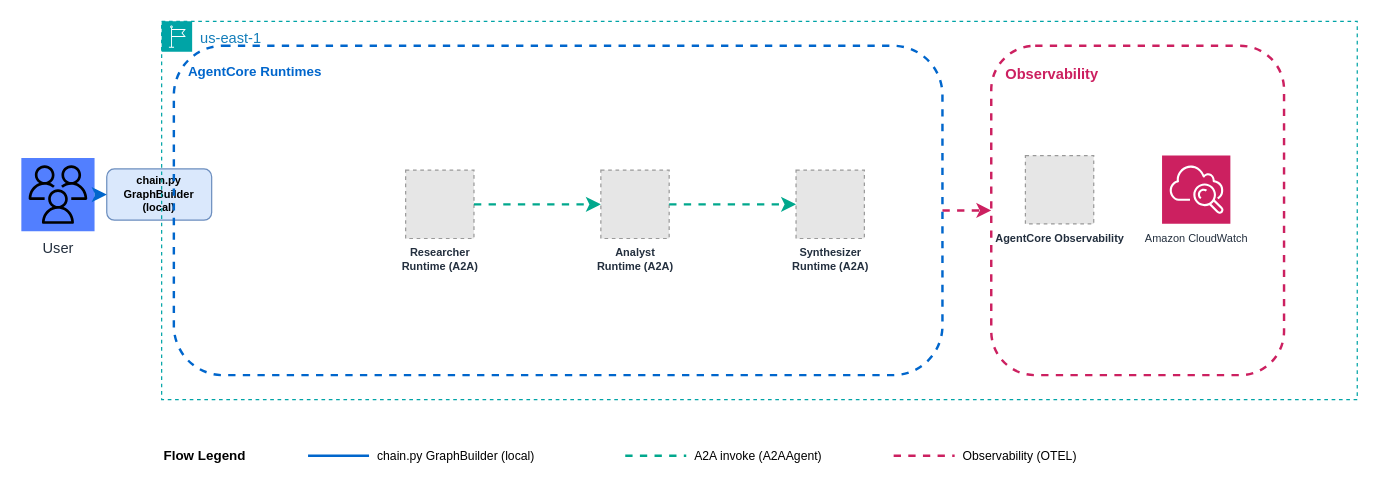
Above: samples/03-sequential-chain/production/architecture.drawio in aws-samples/sample-multi-agent-systems-with-strands-workshop (draw.io), before the change. Source tidied: cells renumbered, new cells numbered last; positions are measured from the earlier drawing's top-left corner, leaving out a move shared by most shapes. Both pictures are drawn from the tidied source at 122%, with x=0, y=0 at pixel (21, 21). Pictures stored in the file or linked from it are replaced by grey dashed boxes.
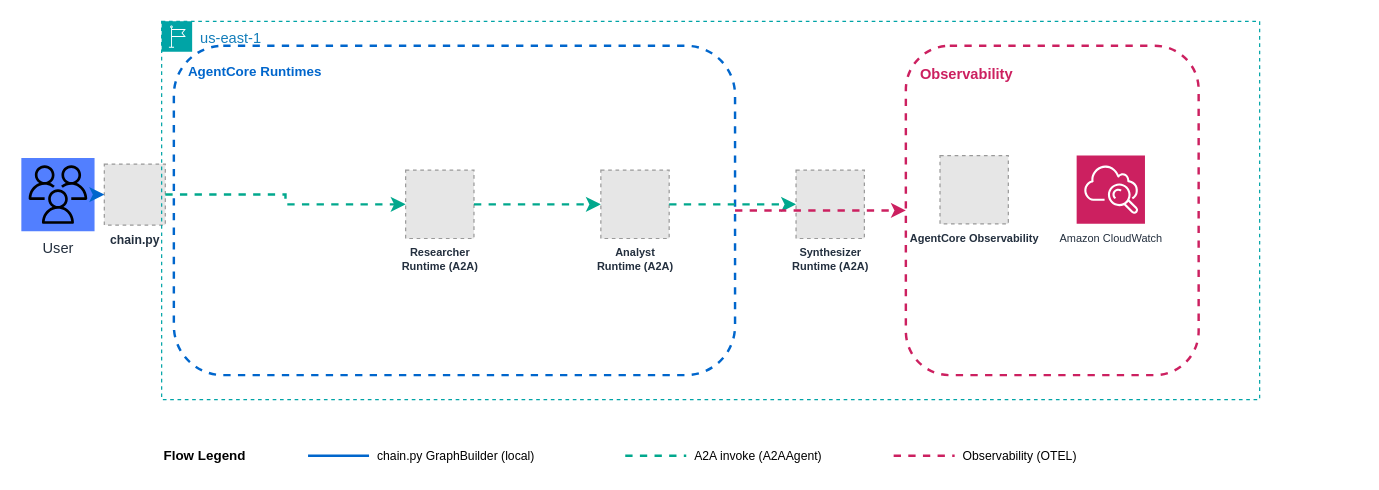
Above is the later version.

Commit message (it also covers changes not shown here):
Production architecture diagrams: Python logo for chain.py, fix arrow routing, compact layouts

Unchanged cells that the change refers to:
```xml
<mxCell id="6" value="Researcher&lt;div&gt;Runtime (A2A)&lt;/div&gt;" style="fillColor=#E6E6E6;strokeColor=#999999;dashed=1;html=1;verticalLabelPosition=bottom;labelBackgroundColor=none;verticalAlign=top;fontSize=9;fontStyle=1;fontColor=#232F3E;" parent="4" vertex="1">
  <mxGeometry x="200" y="122" width="56" height="56" as="geometry" />
</mxCell>
```

Diff of the diagram source:
```diff
@@
-    <mxCell id="2" value="chain.py&lt;div&gt;GraphBuilder (local)&lt;/div&gt;" style="rounded=1;whiteSpace=wrap;html=1;fillColor=#dae8fc;strokeColor=#6c8ebf;fontSize=9;fontStyle=1;verticalAlign=middle;" parent="1" vertex="1">
-      <mxGeometry x="70" y="121" width="86" height="42" as="geometry" />
+    <mxCell id="2" value="chain.py" style="fillColor=#E6E6E6;strokeColor=#999999;dashed=1;html=1;verticalLabelPosition=bottom;labelBackgroundColor=none;verticalAlign=top;align=center;fontSize=10;fontStyle=1;fontColor=#232F3E;" parent="1" vertex="1">
+      <mxGeometry x="68" y="117" width="50" height="50" as="geometry" />
     </mxCell>
@@
     <mxCell id="4" value="us-east-1" style="gradientColor=none;html=1;whiteSpace=wrap;fontSize=12;fontStyle=0;shape=mxgraph.aws4.group;grIcon=mxgraph.aws4.group_region;strokeColor=#00A4A6;fillColor=none;verticalAlign=top;align=left;spacingLeft=30;fontColor=#147EBA;dashed=1;" parent="1" vertex="1">
-      <mxGeometry x="115" width="980" height="310" as="geometry" />
+      <mxGeometry x="115" width="900" height="310" as="geometry" />
     </mxCell>
     <mxCell id="5" value="AgentCore Runtimes" style="rounded=1;whiteSpace=wrap;html=1;fillColor=none;strokeColor=#0066CC;strokeWidth=2;dashed=1;fontSize=11;fontStyle=1;fontColor=#0066CC;verticalAlign=top;align=left;spacingLeft=10;spacingTop=8;" parent="4" vertex="1">
-      <mxGeometry x="10" y="20" width="630" height="270" as="geometry" />
+      <mxGeometry x="10" y="20" width="460" height="270" as="geometry" />
     </mxCell>
@@
     <mxCell id="9" value="Observability" style="rounded=1;whiteSpace=wrap;html=1;fillColor=none;strokeColor=#CC2060;strokeWidth=2;dashed=1;fontSize=12;fontStyle=1;fontColor=#CC2060;verticalAlign=top;align=left;spacingLeft=10;spacingTop=10;" parent="4" vertex="1">
-      <mxGeometry x="680" y="20" width="240" height="270" as="geometry" />
+      <mxGeometry x="610" y="20" width="240" height="270" as="geometry" />
     </mxCell>
     <mxCell id="10" value="AgentCore Observability" style="fillColor=#E6E6E6;strokeColor=#999999;dashed=1;html=1;verticalLabelPosition=bottom;labelBackgroundColor=none;verticalAlign=top;fontSize=9;fontStyle=1;fontColor=#232F3E;" parent="4" vertex="1">
-      <mxGeometry x="708" y="110" width="56" height="56" as="geometry" />
+      <mxGeometry x="638" y="110" width="56" height="56" as="geometry" />
     </mxCell>
     <mxCell id="11" value="Amazon CloudWatch" style="sketch=0;fontColor=#232F3E;fillColor=#CC2060;strokeColor=#ffffff;dashed=0;verticalLabelPosition=bottom;verticalAlign=top;align=center;html=1;fontSize=9;fontStyle=0;shape=mxgraph.aws4.resourceIcon;resIcon=mxgraph.aws4.cloudwatch;" parent="4" vertex="1">
-      <mxGeometry x="820" y="110" width="56" height="56" as="geometry" />
+      <mxGeometry x="750" y="110" width="56" height="56" as="geometry" />
     </mxCell>
@@
-    <mxCell id="13" style="edgeStyle=orthogonalEdgeStyle;rounded=0;jettySize=auto;html=1;strokeColor=#01A88D;strokeWidth=2;flowAnimation=1;dashed=1;exitX=1;exitY=0.5;exitDx=0;exitDy=0;entryX=0;entryY=0.5;entryDx=0;entryDy=0;" parent="1" edge="1" target="6">
+    <mxCell id="13" style="edgeStyle=orthogonalEdgeStyle;rounded=0;jettySize=auto;html=1;strokeColor=#01A88D;strokeWidth=2;flowAnimation=1;dashed=1;exitX=1;exitY=0.5;exitDx=0;exitDy=0;entryX=0;entryY=0.5;entryDx=0;entryDy=0;" parent="1" edge="1" source="2" target="6">
       <mxGeometry relative="1" as="geometry" />
     </mxCell>
```
